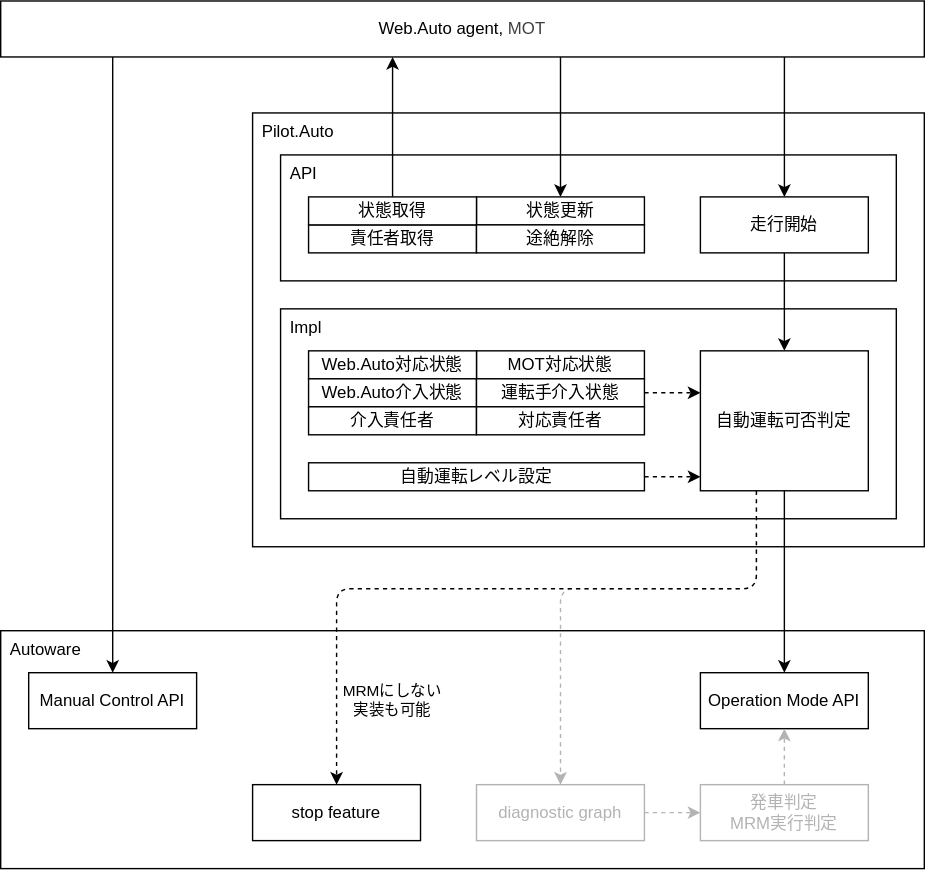
Earlier version of the draw.io export doc/feature/monitoring/3-layer.drawio.svg (tier4/tier4_ad_api_adaptor). Source tidied: cells renumbered, new cells last; positions are measured from the earlier drawing's top-left corner, leaving out a move shared by most shapes.
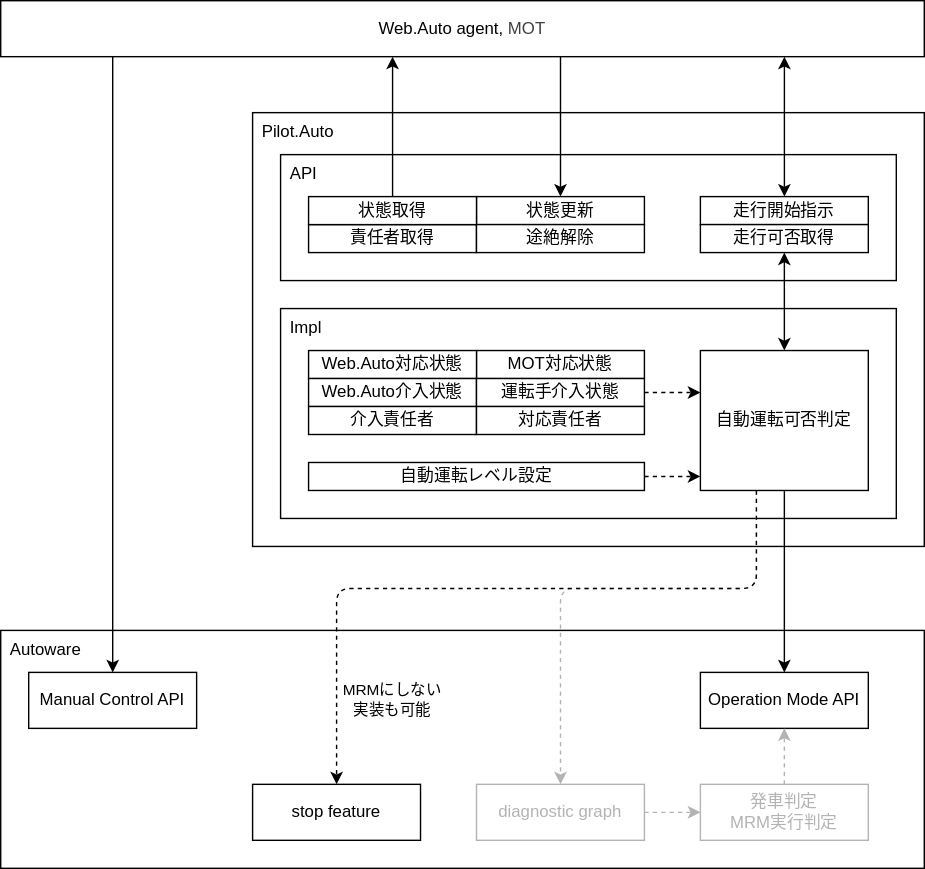
Later version of the same file.

Diff of the diagram source:
```diff
@@ -62,11 +62,8 @@
     <mxCell id="16" value="自動運転可否判定" style="rounded=0;whiteSpace=wrap;html=1;" parent="1" vertex="1">
       <mxGeometry x="500" y="250" width="120" height="100" as="geometry" />
     </mxCell>
-    <mxCell id="17" style="edgeStyle=orthogonalEdgeStyle;shape=connector;rounded=1;html=1;strokeColor=default;align=center;verticalAlign=middle;fontFamily=Helvetica;fontSize=11;fontColor=default;labelBackgroundColor=default;endArrow=classic;" parent="1" edge="1" source="18" target="16">
-      <mxGeometry relative="1" as="geometry" />
-    </mxCell>
-    <mxCell id="18" value="走行開始" style="rounded=0;whiteSpace=wrap;html=1;" parent="1" vertex="1">
-      <mxGeometry x="500" y="140" width="120" height="40" as="geometry" />
+    <mxCell id="18" value="走行開始指示" style="rounded=0;whiteSpace=wrap;html=1;" parent="1" vertex="1">
+      <mxGeometry x="500" y="140" width="120" height="20" as="geometry" />
     </mxCell>
     <mxCell id="19" value="Operation Mode API" style="rounded=0;whiteSpace=wrap;html=1;" parent="1" vertex="1">
       <mxGeometry x="500" y="480" width="120" height="40" as="geometry" />
@@ -102,7 +99,7 @@
         </Array>
       </mxGeometry>
     </mxCell>
-    <mxCell id="27" style="edgeStyle=orthogonalEdgeStyle;shape=connector;rounded=1;html=1;strokeColor=default;align=center;verticalAlign=middle;fontFamily=Helvetica;fontSize=11;fontColor=default;labelBackgroundColor=default;endArrow=classic;" parent="1" edge="1" source="29" target="18">
+    <mxCell id="27" style="edgeStyle=orthogonalEdgeStyle;shape=connector;rounded=1;html=1;strokeColor=default;align=center;verticalAlign=middle;fontFamily=Helvetica;fontSize=11;fontColor=default;labelBackgroundColor=default;endArrow=classic;startArrow=classic;startFill=1;" parent="1" edge="1" source="29" target="18">
       <mxGeometry relative="1" as="geometry">
         <Array as="points">
           <mxPoint x="560" y="70" />
@@ -150,5 +147,11 @@
     <mxCell id="37" value="発車判定&lt;br&gt;MRM実行判定" style="rounded=0;whiteSpace=wrap;html=1;strokeColor=#B3B3B3;fontColor=#B3B3B3;" parent="1" vertex="1">
       <mxGeometry x="500" y="560" width="120" height="40" as="geometry" />
     </mxCell>
+    <mxCell id="38" style="edgeStyle=none;html=1;startArrow=classic;startFill=1;" parent="1" edge="1" source="39" target="16">
+      <mxGeometry relative="1" as="geometry" />
+    </mxCell>
+    <mxCell id="39" value="走行可否取得" style="rounded=0;whiteSpace=wrap;html=1;" parent="1" vertex="1">
+      <mxGeometry x="500" y="160" width="120" height="20" as="geometry" />
+    </mxCell>
   </root>
 </mxGraphModel>
```
